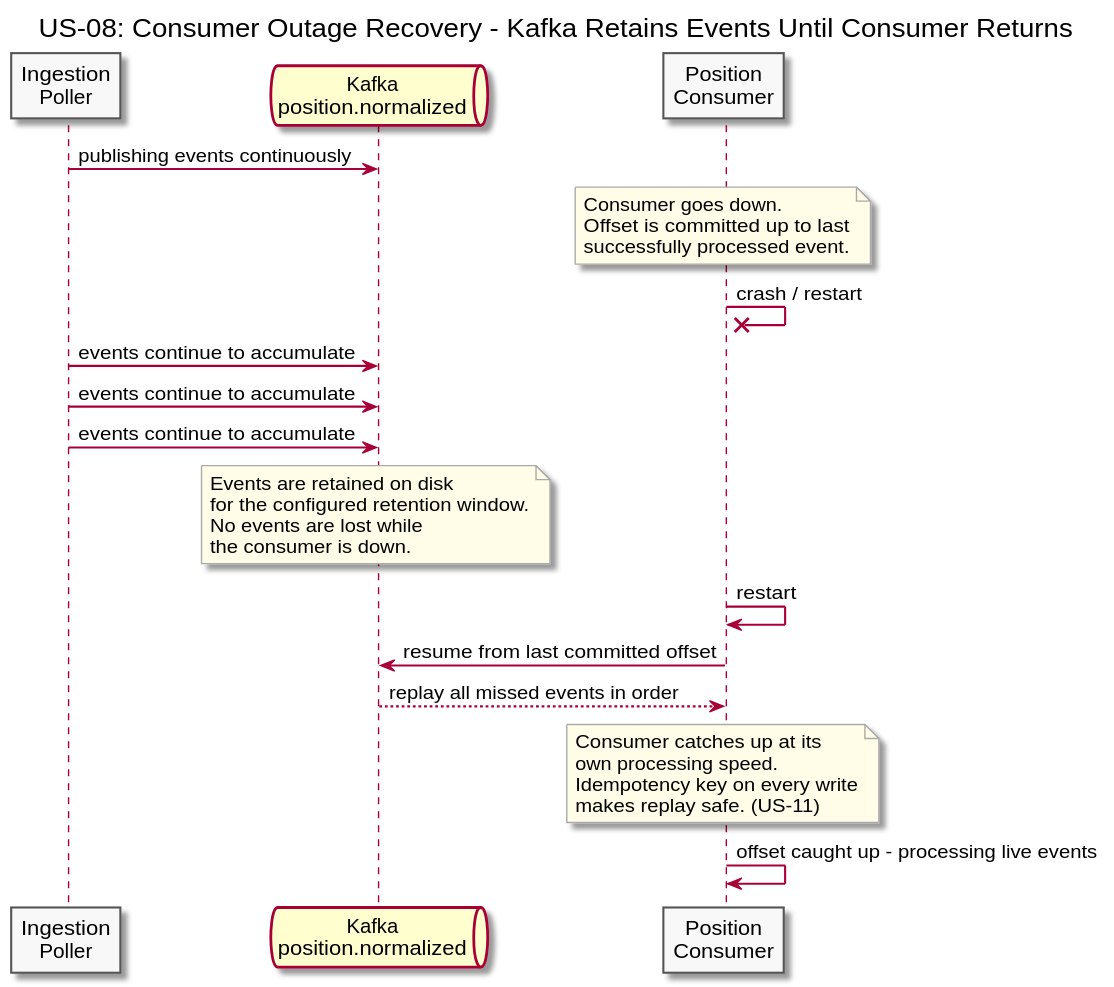
Earlier version of the PlantUML export diagrams/docs/use-cases/US-08-ingestion-reliability/consumer-outage-recovery.svg (Buffden/sentinel). The source it was exported from:
```plantuml
@startuml consumer-outage-recovery
title US-08: Consumer Outage Recovery - Kafka Retains Events Until Consumer Returns

skinparam sequenceArrowThickness 1.5
skinparam participantBorderColor #555555
skinparam participantBackgroundColor #F8F8F8
skinparam noteBorderColor #AAAAAA
skinparam noteBackgroundColor #FFFDE7

participant "Ingestion\nPoller" as Poller
queue "Kafka\nposition.normalized" as Kafka
participant "Position\nConsumer" as Consumer

Poller -> Kafka : publishing events continuously

note over Consumer
  Consumer goes down.
  Offset is committed up to last
  successfully processed event.
end note

Consumer ->x Consumer : crash / restart

Poller -> Kafka : events continue to accumulate
Poller -> Kafka : events continue to accumulate
Poller -> Kafka : events continue to accumulate

note over Kafka
  Events are retained on disk
  for the configured retention window.
  No events are lost while
  the consumer is down.
end note

Consumer -> Consumer : restart

Consumer -> Kafka : resume from last committed offset
Kafka --> Consumer : replay all missed events in order

note over Consumer
  Consumer catches up at its
  own processing speed.
  Idempotency key on every write
  makes replay safe. (US-11)
end note

Consumer -> Consumer : offset caught up - processing live events

@enduml
```
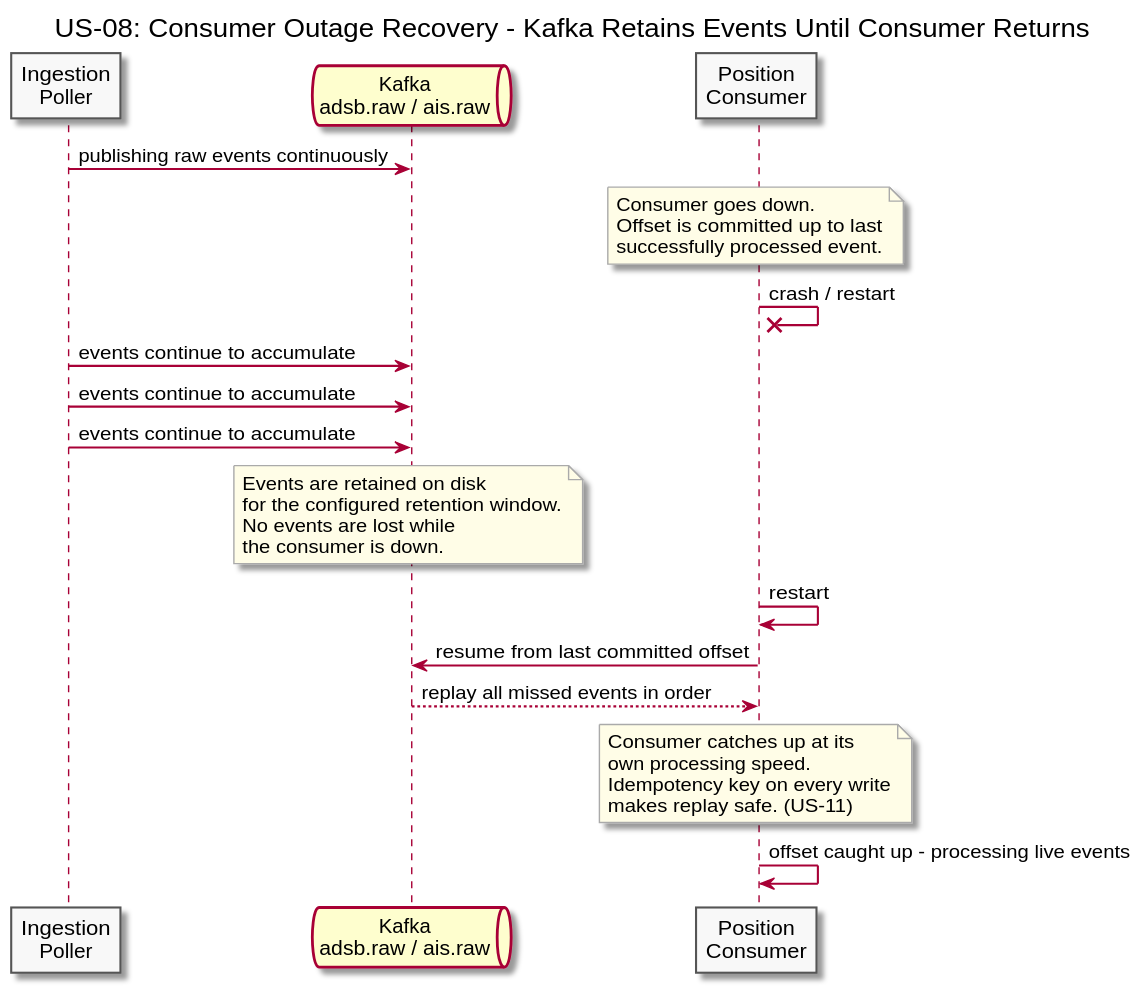
The same file after the commit.

What changed in the source:
```diff
@@ -8,10 +8,10 @@
 skinparam noteBackgroundColor #FFFDE7
 
 participant "Ingestion\nPoller" as Poller
-queue "Kafka\nposition.normalized" as Kafka
+queue "Kafka\nadsb.raw / ais.raw" as Kafka
 participant "Position\nConsumer" as Consumer
 
-Poller -> Kafka : publishing events continuously
+Poller -> Kafka : publishing raw events continuously
 
 note over Consumer
   Consumer goes down.
```
